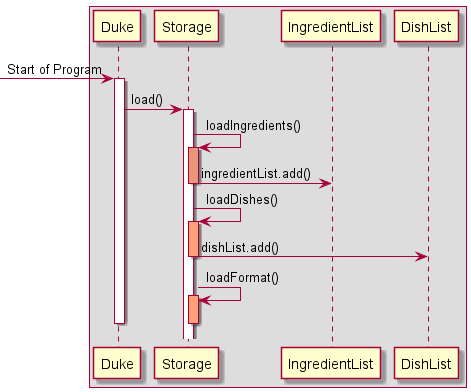
Earlier version of the PlantUML export docs/images/storage_load_sequence.png (nus-cs2113-AY2122S1/tp).
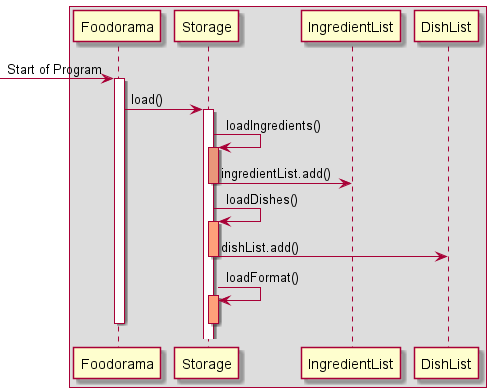
Later version of the same file.

What changed in the source:
```diff
@@ -1,9 +1,9 @@
 @startuml
 
 Box
--> Duke: Start of Program
-activate Duke
-Duke -> Storage: load()
+-> Foodorama: Start of Program
+activate Foodorama
+Foodorama -> Storage: load()
 activate Storage
 Storage -> Storage : loadIngredients()
 activate Storage#DarkSalmon
@@ -16,6 +16,6 @@
 Storage -> Storage : loadFormat()
 activate Storage#LightSalmon
 deactivate Storage#LightSalmon
-deactivate Duke
+deactivate Foodorama
 
 @enduml
```
